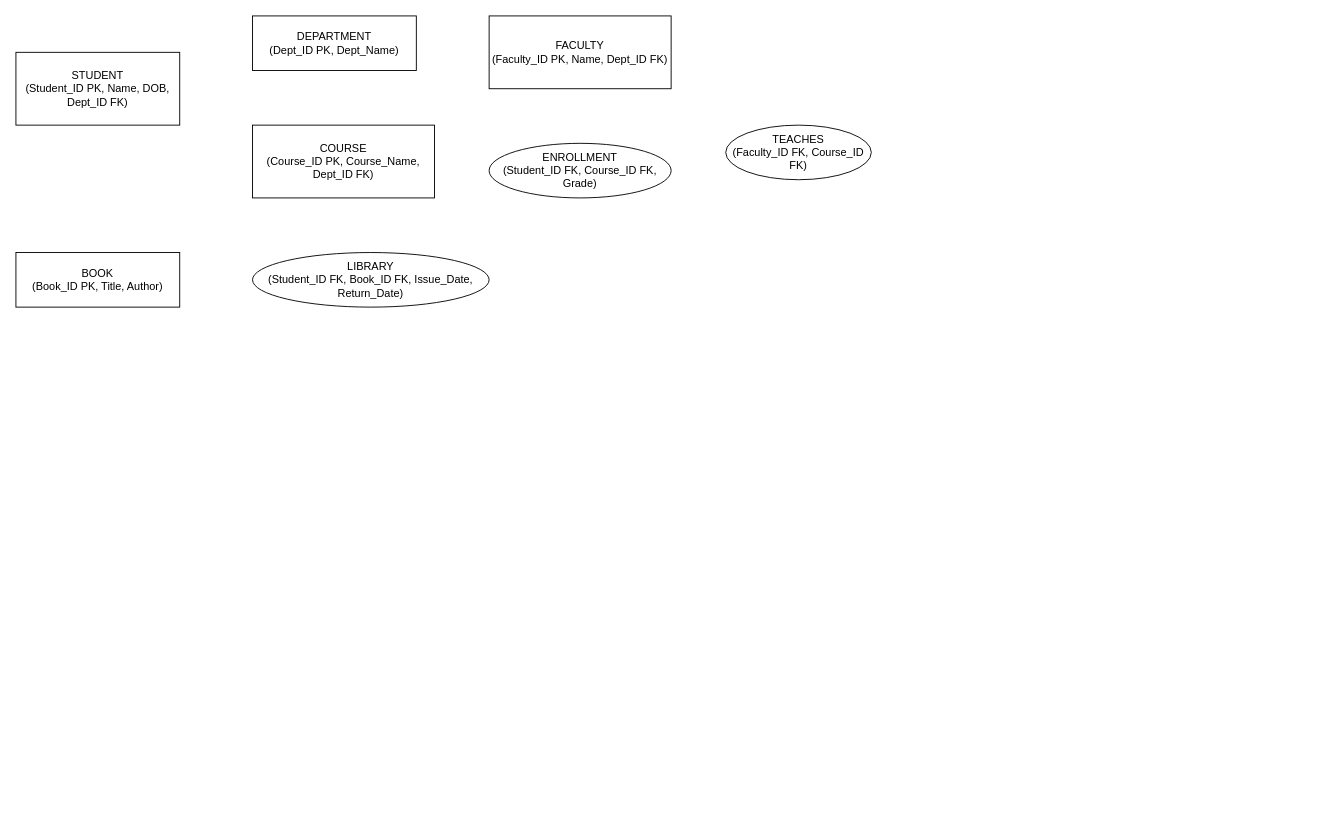
The draw.io diagram unier.drawio in suryanshyadav2023-tech/erdiagram, before the edit. Source tidied: cells renumbered, new cells numbered last; positions are measured from the earlier drawing's top-left corner, leaving out a move shared by most shapes. Both pictures are drawn from the tidied source at 91%, with x=0, y=0 at pixel (15, 15).
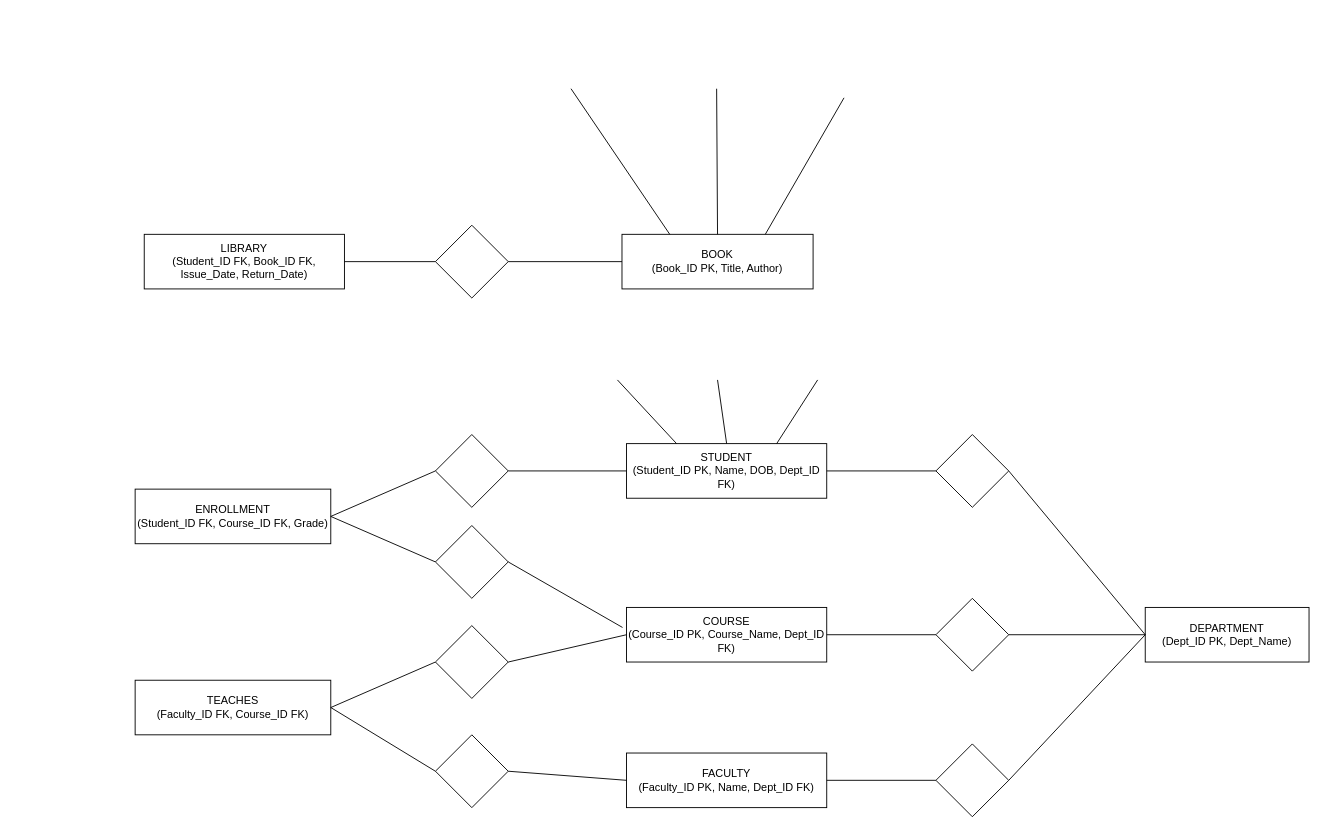
The same diagram, later.

Change to the diagram source:
```diff
@@
     <mxCell id="2" value="STUDENT&#10;(Student_ID PK, Name, DOB, Dept_ID FK)" style="shape=rectangle;rounded=0;whiteSpace=wrap;html=1;" parent="1" vertex="1">
-      <mxGeometry y="40" width="180" height="80" as="geometry" />
+      <mxGeometry x="671" y="470" width="220" height="60" as="geometry" />
     </mxCell>
     <mxCell id="3" value="DEPARTMENT&#10;(Dept_ID PK, Dept_Name)" style="shape=rectangle;rounded=0;whiteSpace=wrap;html=1;" parent="1" vertex="1">
-      <mxGeometry x="260" width="180" height="60" as="geometry" />
+      <mxGeometry x="1241" y="650" width="180" height="60" as="geometry" />
     </mxCell>
     <mxCell id="4" value="COURSE&#10;(Course_ID PK, Course_Name, Dept_ID FK)" style="shape=rectangle;rounded=0;whiteSpace=wrap;html=1;" parent="1" vertex="1">
-      <mxGeometry x="260" y="120" width="200" height="80" as="geometry" />
+      <mxGeometry x="671" y="650" width="220" height="60" as="geometry" />
     </mxCell>
     <mxCell id="5" value="FACULTY&#10;(Faculty_ID PK, Name, Dept_ID FK)" style="shape=rectangle;rounded=0;whiteSpace=wrap;html=1;" parent="1" vertex="1">
-      <mxGeometry x="520" width="200" height="80" as="geometry" />
+      <mxGeometry x="671" y="810" width="220" height="60" as="geometry" />
     </mxCell>
     <mxCell id="6" value="BOOK&#10;(Book_ID PK, Title, Author)" style="shape=rectangle;rounded=0;whiteSpace=wrap;html=1;" parent="1" vertex="1">
-      <mxGeometry y="260" width="180" height="60" as="geometry" />
+      <mxGeometry x="666" y="240" width="210" height="60" as="geometry" />
     </mxCell>
+    <mxCell id="9" value="LIBRARY&lt;br&gt;(Student_ID FK, Book_ID FK, Issue_Date, Return_Date)" style="rounded=0;whiteSpace=wrap;html=1;" parent="1" vertex="1">
+      <mxGeometry x="141" y="240" width="220" height="60" as="geometry" />
+    </mxCell>
-    <mxCell id="7" value="ENROLLMENT&#10;(Student_ID FK, Course_ID FK, Grade)" style="shape=ellipse;whiteSpace=wrap;html=1;" parent="1" vertex="1">
-      <mxGeometry x="520" y="140" width="200" height="60" as="geometry" />
+    <mxCell id="7" value="ENROLLMENT&lt;br&gt;(Student_ID FK, Course_ID FK, Grade)" style="rounded=0;whiteSpace=wrap;html=1;" parent="1" vertex="1">
+      <mxGeometry x="131" y="520" width="215" height="60" as="geometry" />
     </mxCell>
-    <mxCell id="8" value="TEACHES&#10;(Faculty_ID FK, Course_ID FK)" style="shape=ellipse;whiteSpace=wrap;html=1;" parent="1" vertex="1">
-      <mxGeometry x="780" y="120" width="160" height="60" as="geometry" />
+    <mxCell id="8" value="TEACHES&lt;br&gt;(Faculty_ID FK, Course_ID FK)" style="rounded=0;whiteSpace=wrap;html=1;" parent="1" vertex="1">
+      <mxGeometry x="131" y="730" width="215" height="60" as="geometry" />
     </mxCell>
-    <mxCell id="9" value="LIBRARY&#10;(Student_ID FK, Book_ID FK, Issue_Date, Return_Date)" style="shape=ellipse;whiteSpace=wrap;html=1;" parent="1" vertex="1">
-      <mxGeometry x="260" y="260" width="260" height="60" as="geometry" />
-    </mxCell>
-    <mxCell id="10" style="endArrow=none;html=1;" parent="1" edge="1" source="2" target="3" />
-    <mxCell id="11" style="endArrow=none;html=1;" parent="1" edge="1" source="4" target="3" />
-    <mxCell id="12" style="endArrow=none;html=1;" parent="1" edge="1" source="7" target="2" />
-    <mxCell id="13" style="endArrow=none;html=1;" parent="1" edge="1" source="7" target="4" />
-    <mxCell id="14" style="endArrow=none;html=1;" parent="1" edge="1" source="5" target="3" />
-    <mxCell id="15" style="endArrow=none;html=1;" parent="1" edge="1" source="8" target="5" />
-    <mxCell id="16" style="endArrow=none;html=1;" parent="1" edge="1" source="8" target="4" />
-    <mxCell id="17" style="endArrow=none;html=1;" parent="1" edge="1" source="9" target="2" />
-    <mxCell id="18" style="endArrow=none;html=1;" parent="1" edge="1" source="9" target="6" />
+    <mxCell id="19" style="rhombus;whiteSpace=wrap;html=1;" parent="1" vertex="1">
+      <mxGeometry x="461" y="230" width="80" height="80" as="geometry" />
+    </mxCell>
+    <mxCell id="20" style="endArrow=none;html=1;rounded=0;exitX=1;exitY=0.5;exitDx=0;exitDy=0;entryX=0;entryY=0.5;entryDx=0;entryDy=0;" parent="1" edge="1" source="9" target="19">
+      <mxGeometry relative="1" as="geometry" />
+    </mxCell>
+    <mxCell id="21" style="endArrow=none;html=1;rounded=0;exitX=1;exitY=0.5;exitDx=0;exitDy=0;entryX=0;entryY=0.5;entryDx=0;entryDy=0;" parent="1" edge="1" source="19" target="6">
+      <mxGeometry relative="1" as="geometry" />
+    </mxCell>
+    <mxCell id="22" style="rhombus;whiteSpace=wrap;html=1;" parent="1" vertex="1">
+      <mxGeometry x="461" y="460" width="80" height="80" as="geometry" />
+    </mxCell>
+    <mxCell id="23" style="rhombus;whiteSpace=wrap;html=1;" parent="1" vertex="1">
+      <mxGeometry x="461" y="560" width="80" height="80" as="geometry" />
+    </mxCell>
+    <mxCell id="24" style="rhombus;whiteSpace=wrap;html=1;" parent="1" vertex="1">
+      <mxGeometry x="461" y="670" width="80" height="80" as="geometry" />
+    </mxCell>
+    <mxCell id="25" style="rhombus;whiteSpace=wrap;html=1;" parent="1" vertex="1">
+      <mxGeometry x="461" y="790" width="80" height="80" as="geometry" />
+    </mxCell>
+    <mxCell id="26" style="endArrow=none;html=1;rounded=0;exitX=1;exitY=0.5;exitDx=0;exitDy=0;entryX=0;entryY=0.5;entryDx=0;entryDy=0;" parent="1" edge="1" source="7" target="22">
+      <mxGeometry relative="1" as="geometry" />
+    </mxCell>
+    <mxCell id="27" style="endArrow=none;html=1;rounded=0;exitX=1;exitY=0.5;exitDx=0;exitDy=0;entryX=0;entryY=0.5;entryDx=0;entryDy=0;" parent="1" edge="1" source="22" target="2">
+      <mxGeometry relative="1" as="geometry" />
+    </mxCell>
+    <mxCell id="28" style="endArrow=none;html=1;rounded=0;exitX=1;exitY=0.5;exitDx=0;exitDy=0;entryX=0;entryY=0.5;entryDx=0;entryDy=0;" parent="1" edge="1" source="7" target="23">
+      <mxGeometry relative="1" as="geometry" />
+    </mxCell>
+    <mxCell id="29" style="endArrow=none;html=1;rounded=0;exitX=1;exitY=0.5;exitDx=0;exitDy=0;entryX=-0.02;entryY=0.367;entryDx=0;entryDy=0;entryPerimeter=0;" parent="1" edge="1" source="23" target="4">
+      <mxGeometry relative="1" as="geometry" />
+    </mxCell>
+    <mxCell id="30" style="endArrow=none;html=1;rounded=0;exitX=1;exitY=0.5;exitDx=0;exitDy=0;entryX=0;entryY=0.5;entryDx=0;entryDy=0;" parent="1" edge="1" source="8" target="24">
+      <mxGeometry relative="1" as="geometry" />
+    </mxCell>
+    <mxCell id="31" style="endArrow=none;html=1;rounded=0;exitX=1;exitY=0.5;exitDx=0;exitDy=0;entryX=0;entryY=0.5;entryDx=0;entryDy=0;" parent="1" edge="1" source="24" target="4">
+      <mxGeometry relative="1" as="geometry" />
+    </mxCell>
+    <mxCell id="32" style="endArrow=none;html=1;rounded=0;exitX=1;exitY=0.5;exitDx=0;exitDy=0;entryX=0;entryY=0.5;entryDx=0;entryDy=0;" parent="1" edge="1" source="8" target="25">
+      <mxGeometry relative="1" as="geometry" />
+    </mxCell>
+    <mxCell id="33" style="endArrow=none;html=1;rounded=0;exitX=1;exitY=0.5;exitDx=0;exitDy=0;entryX=0;entryY=0.5;entryDx=0;entryDy=0;" parent="1" edge="1" source="25" target="5">
+      <mxGeometry relative="1" as="geometry" />
+    </mxCell>
+    <mxCell id="34" style="rhombus;whiteSpace=wrap;html=1;" parent="1" vertex="1">
+      <mxGeometry x="1011" y="460" width="80" height="80" as="geometry" />
+    </mxCell>
+    <mxCell id="35" style="rhombus;whiteSpace=wrap;html=1;" parent="1" vertex="1">
+      <mxGeometry x="1011" y="640" width="80" height="80" as="geometry" />
+    </mxCell>
+    <mxCell id="36" style="rhombus;whiteSpace=wrap;html=1;" parent="1" vertex="1">
+      <mxGeometry x="1011" y="800" width="80" height="80" as="geometry" />
+    </mxCell>
+    <mxCell id="37" style="endArrow=none;html=1;rounded=0;exitX=1;exitY=0.5;exitDx=0;exitDy=0;entryX=0;entryY=0.5;entryDx=0;entryDy=0;" parent="1" edge="1" source="2" target="34">
+      <mxGeometry relative="1" as="geometry" />
+    </mxCell>
+    <mxCell id="38" style="endArrow=none;html=1;rounded=0;exitX=1;exitY=0.5;exitDx=0;exitDy=0;entryX=0;entryY=0.5;entryDx=0;entryDy=0;" parent="1" edge="1" source="4" target="35">
+      <mxGeometry relative="1" as="geometry" />
+    </mxCell>
+    <mxCell id="39" style="endArrow=none;html=1;rounded=0;exitX=1;exitY=0.5;exitDx=0;exitDy=0;entryX=0;entryY=0.5;entryDx=0;entryDy=0;" parent="1" edge="1" source="5" target="36">
+      <mxGeometry relative="1" as="geometry" />
+    </mxCell>
+    <mxCell id="40" style="endArrow=none;html=1;rounded=0;exitX=1;exitY=0.5;exitDx=0;exitDy=0;entryX=0;entryY=0.5;entryDx=0;entryDy=0;" parent="1" edge="1" source="34" target="3">
+      <mxGeometry relative="1" as="geometry" />
+    </mxCell>
+    <mxCell id="41" style="endArrow=none;html=1;rounded=0;exitX=1;exitY=0.5;exitDx=0;exitDy=0;entryX=0;entryY=0.5;entryDx=0;entryDy=0;" parent="1" edge="1" source="35" target="3">
+      <mxGeometry relative="1" as="geometry" />
+    </mxCell>
+    <mxCell id="42" style="endArrow=none;html=1;rounded=0;exitX=1;exitY=0.5;exitDx=0;exitDy=0;entryX=0;entryY=0.5;entryDx=0;entryDy=0;" parent="1" edge="1" source="36" target="3">
+      <mxGeometry relative="1" as="geometry" />
+    </mxCell>
+    <mxCell id="43" style="endArrow=none;html=1;rounded=0;exitX=0.25;exitY=0;exitDx=0;exitDy=0;" parent="1" edge="1" source="6">
+      <mxGeometry relative="1" as="geometry">
+        <mxPoint x="610" y="80" as="targetPoint" />
+      </mxGeometry>
+    </mxCell>
+    <mxCell id="44" style="endArrow=none;html=1;rounded=0;exitX=0.75;exitY=0;exitDx=0;exitDy=0;" parent="1" edge="1" source="6">
+      <mxGeometry relative="1" as="geometry">
+        <mxPoint x="910" y="90" as="targetPoint" />
+      </mxGeometry>
+    </mxCell>
+    <mxCell id="45" style="endArrow=none;html=1;rounded=0;exitX=0.5;exitY=0;exitDx=0;exitDy=0;" parent="1" edge="1" source="6">
+      <mxGeometry relative="1" as="geometry">
+        <mxPoint x="770" y="80" as="targetPoint" />
+      </mxGeometry>
+    </mxCell>
+    <mxCell id="46" style="endArrow=none;html=1;rounded=0;entryX=0.75;entryY=0;entryDx=0;entryDy=0;" parent="1" edge="1" target="2">
+      <mxGeometry relative="1" as="geometry">
+        <mxPoint x="881" y="400" as="sourcePoint" />
+      </mxGeometry>
+    </mxCell>
+    <mxCell id="47" style="endArrow=none;html=1;rounded=0;entryX=0.5;entryY=0;entryDx=0;entryDy=0;" parent="1" edge="1" target="2">
+      <mxGeometry relative="1" as="geometry">
+        <mxPoint x="771" y="400" as="sourcePoint" />
+      </mxGeometry>
+    </mxCell>
+    <mxCell id="48" style="endArrow=none;html=1;rounded=0;exitX=0.25;exitY=0;exitDx=0;exitDy=0;" parent="1" edge="1" source="2">
+      <mxGeometry relative="1" as="geometry">
+        <mxPoint x="661" y="400" as="targetPoint" />
+      </mxGeometry>
+    </mxCell>
```
